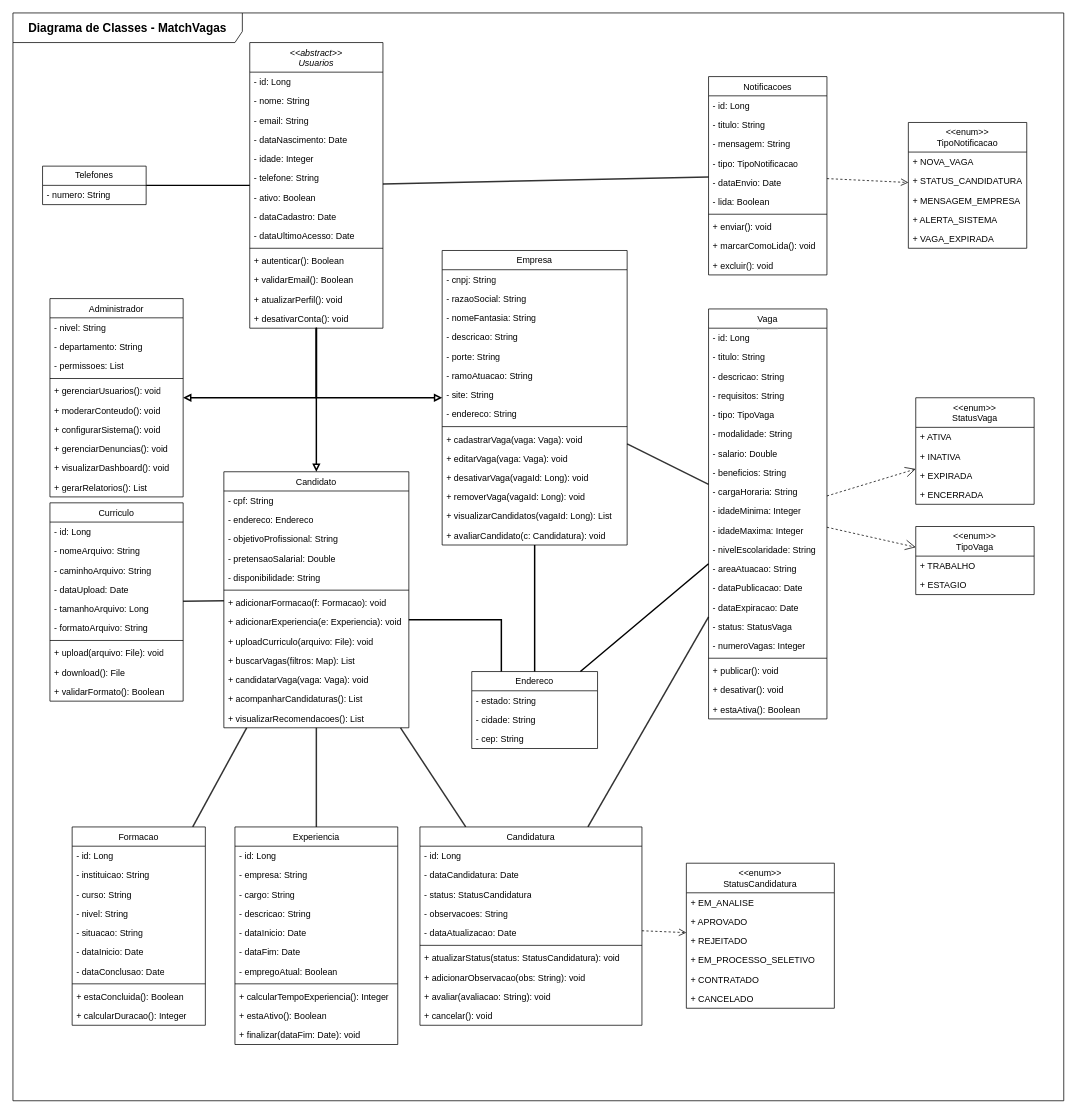
Before: Diagramas/Diagrama de Classes/Diagrama de Classe.dio in MatchVagas/Documentation, a draw.io diagram. Source tidied: cells renumbered, new cells numbered last; positions are measured from the earlier drawing's top-left corner, leaving out a move shared by most shapes. Both pictures are drawn from the tidied source at 74%, with x=0, y=0 at pixel (13, 13).
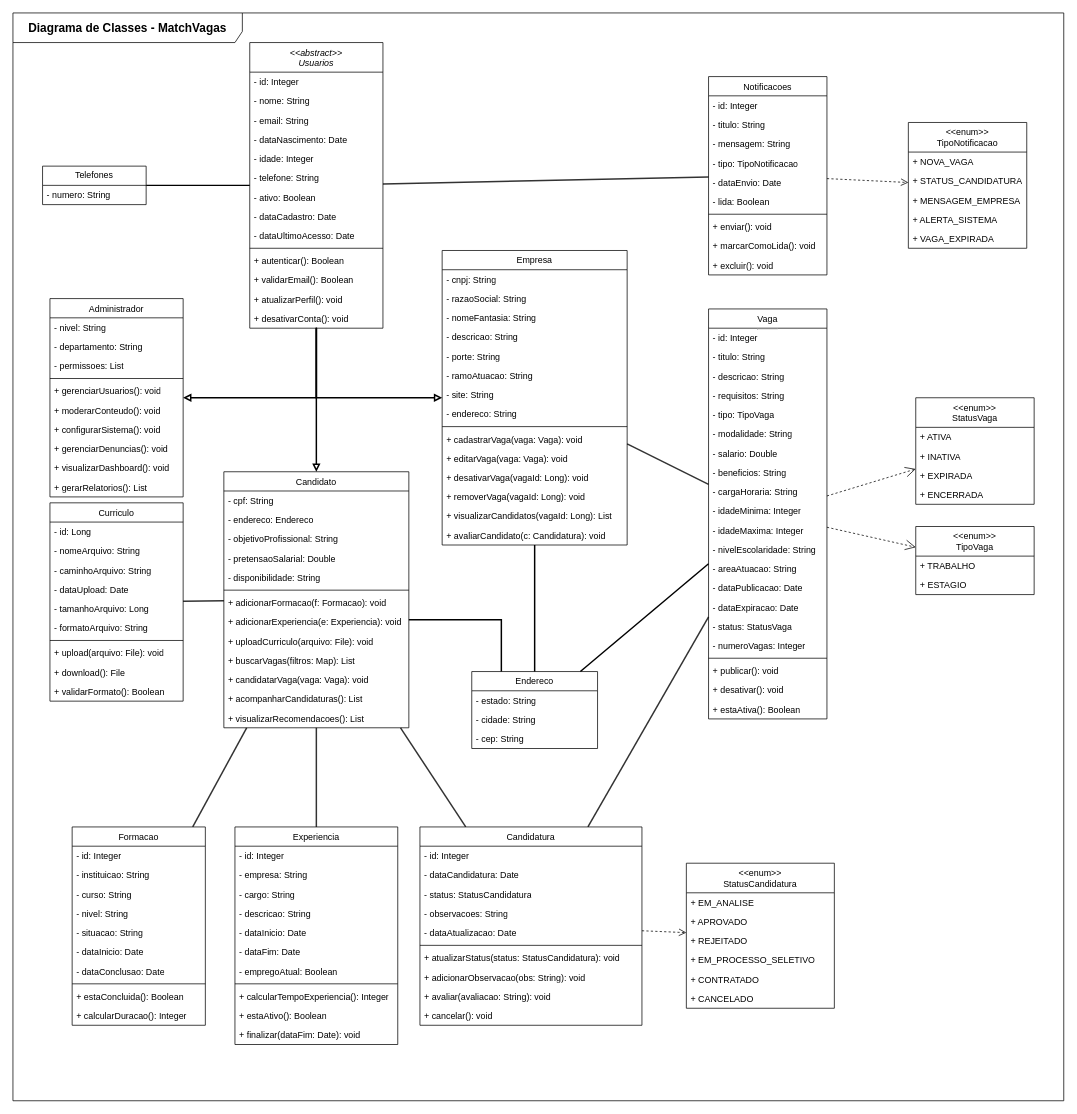
The same diagram, later.

Commit message (it also covers changes not shown here):
Atualização do diagrama de classes

Unchanged cells that the change refers to:
```xml
<mxCell id="12" value="&lt;span style=&quot;text-align: left;&quot;&gt;&lt;font style=&quot;color: rgb(0, 0, 0);&quot;&gt;Vaga&lt;/font&gt;&lt;/span&gt;&lt;hr style=&quot;text-align: left;&quot;&gt;&lt;br&gt;&lt;span style=&quot;text-align: left;&quot;&gt;&lt;/span&gt;" style="swimlane;fontStyle=0;align=center;verticalAlign=top;horizontal=1;startSize=26;whiteSpace=wrap;html=1;" parent="1" vertex="1">
  <mxGeometry x="940" y="400" width="160" height="554" as="geometry" />
</mxCell>
<mxCell id="44" value="&lt;span style=&quot;text-align: left;&quot;&gt;&lt;font style=&quot;color: rgb(0, 0, 0);&quot;&gt;Candidatura&lt;/font&gt;&lt;/span&gt;&lt;br&gt;&lt;span style=&quot;text-align: left;&quot;&gt;&lt;/span&gt;" style="swimlane;fontStyle=0;align=center;verticalAlign=top;horizontal=1;startSize=26;whiteSpace=wrap;html=1;" parent="1" vertex="1">
  <mxGeometry x="550" y="1100" width="300" height="268" as="geometry" />
</mxCell>
<mxCell id="62" value="&lt;span style=&quot;text-align: left;&quot;&gt;&lt;font style=&quot;color: rgb(0, 0, 0);&quot;&gt;Experiencia&lt;/font&gt;&lt;/span&gt;&lt;br&gt;&lt;span style=&quot;text-align: left;&quot;&gt;&lt;/span&gt;&lt;span style=&quot;text-align: left;&quot;&gt;&lt;/span&gt;" style="swimlane;fontStyle=0;align=center;verticalAlign=top;horizontal=1;startSize=26;whiteSpace=wrap;html=1;" parent="1" vertex="1">
  <mxGeometry x="300" y="1100" width="220" height="294" as="geometry" />
</mxCell>
<mxCell id="74" value="&lt;span style=&quot;text-align: left;&quot;&gt;&lt;font style=&quot;color: rgb(0, 0, 0);&quot;&gt;Formacao&lt;/font&gt;&lt;/span&gt;&lt;br&gt;&lt;span style=&quot;text-align: left;&quot;&gt;&lt;/span&gt;&lt;span style=&quot;text-align: left;&quot;&gt;&lt;/span&gt;&lt;span style=&quot;text-align: left;&quot;&gt;&lt;/span&gt;" style="swimlane;fontStyle=0;align=center;verticalAlign=top;horizontal=1;startSize=26;whiteSpace=wrap;html=1;" parent="1" vertex="1">
  <mxGeometry x="80" y="1100" width="180" height="268" as="geometry" />
</mxCell>
<mxCell id="121" value="&lt;span style=&quot;text-align: left; font-weight: normal;&quot;&gt;&lt;i style=&quot;&quot;&gt;&amp;lt;&amp;lt;abstract&amp;gt;&amp;gt;&lt;/i&gt;&lt;/span&gt;&lt;div&gt;&lt;span style=&quot;text-align: left; font-weight: normal;&quot;&gt;&lt;i style=&quot;&quot;&gt;Usuarios&lt;/i&gt;&lt;/span&gt;&lt;/div&gt;" style="swimlane;fontStyle=1;align=center;verticalAlign=top;horizontal=1;startSize=40;whiteSpace=wrap;html=1;" parent="1" vertex="1">
  <mxGeometry x="320" y="40" width="180" height="386" as="geometry" />
</mxCell>
<mxCell id="152" value="&lt;span style=&quot;text-align: left; font-weight: normal;&quot;&gt;&lt;font style=&quot;color: rgb(0, 0, 0);&quot;&gt;Notificacoes&lt;/font&gt;&lt;/span&gt;&lt;span style=&quot;font-weight: 400; text-align: left;&quot;&gt;&lt;/span&gt;" style="swimlane;fontStyle=1;align=center;verticalAlign=top;horizontal=1;startSize=26;whiteSpace=wrap;html=1;" parent="1" vertex="1">
  <mxGeometry x="940" y="86" width="160" height="268" as="geometry" />
</mxCell>
```

The edit, as a diff of the source:
```diff
@@
-    <mxCell id="13" value="- id: Long" style="text;strokeColor=none;fillColor=none;align=left;verticalAlign=top;spacingLeft=4;spacingRight=4;overflow=hidden;whiteSpace=wrap;html=1;" parent="12" vertex="1">
-      <mxGeometry y="26" width="160" height="26" as="geometry" />
-    </mxCell>
+    <mxCell id="182" value="- id: Integer" style="text;strokeColor=none;fillColor=none;align=left;verticalAlign=top;spacingLeft=4;spacingRight=4;overflow=hidden;whiteSpace=wrap;html=1;" parent="12" vertex="1">
+      <mxGeometry y="26" width="160" height="26" as="geometry" />
+    </mxCell>
@@
-    <mxCell id="45" value="- id: Long" style="text;strokeColor=none;fillColor=none;align=left;verticalAlign=top;spacingLeft=4;spacingRight=4;overflow=hidden;whiteSpace=wrap;html=1;" parent="44" vertex="1">
-      <mxGeometry y="26" width="300" height="26" as="geometry" />
-    </mxCell>
+    <mxCell id="183" value="- id: Integer" style="text;strokeColor=none;fillColor=none;align=left;verticalAlign=top;spacingLeft=4;spacingRight=4;overflow=hidden;whiteSpace=wrap;html=1;" parent="44" vertex="1">
+      <mxGeometry y="26" width="300" height="26" as="geometry" />
+    </mxCell>
@@
-    <mxCell id="63" value="- id: Long" style="text;strokeColor=none;fillColor=none;align=left;verticalAlign=top;spacingLeft=4;spacingRight=4;overflow=hidden;whiteSpace=wrap;html=1;" parent="62" vertex="1">
-      <mxGeometry y="26" width="220" height="26" as="geometry" />
-    </mxCell>
+    <mxCell id="184" value="- id: Integer" style="text;strokeColor=none;fillColor=none;align=left;verticalAlign=top;spacingLeft=4;spacingRight=4;overflow=hidden;whiteSpace=wrap;html=1;" parent="62" vertex="1">
+      <mxGeometry y="26" width="220" height="26" as="geometry" />
+    </mxCell>
@@
-    <mxCell id="75" value="- id: Long" style="text;strokeColor=none;fillColor=none;align=left;verticalAlign=top;spacingLeft=4;spacingRight=4;overflow=hidden;whiteSpace=wrap;html=1;" parent="74" vertex="1">
-      <mxGeometry y="26" width="180" height="26" as="geometry" />
-    </mxCell>
+    <mxCell id="185" value="- id: Integer" style="text;strokeColor=none;fillColor=none;align=left;verticalAlign=top;spacingLeft=4;spacingRight=4;overflow=hidden;whiteSpace=wrap;html=1;" parent="74" vertex="1">
+      <mxGeometry y="26" width="180" height="26" as="geometry" />
+    </mxCell>
@@
-    <mxCell id="122" value="- id: Long" style="text;strokeColor=none;fillColor=none;align=left;verticalAlign=top;spacingLeft=4;spacingRight=4;overflow=hidden;whiteSpace=wrap;html=1;" parent="121" vertex="1">
+    <mxCell id="122" value="- id: Integer" style="text;strokeColor=none;fillColor=none;align=left;verticalAlign=top;spacingLeft=4;spacingRight=4;overflow=hidden;whiteSpace=wrap;html=1;" parent="121" vertex="1">
       <mxGeometry y="40" width="180" height="26" as="geometry" />
     </mxCell>
@@
-    <mxCell id="153" value="- id: Long" style="text;strokeColor=none;fillColor=none;align=left;verticalAlign=top;spacingLeft=4;spacingRight=4;overflow=hidden;whiteSpace=wrap;html=1;" parent="152" vertex="1">
-      <mxGeometry y="26" width="160" height="26" as="geometry" />
-    </mxCell>
+    <mxCell id="186" value="- id: Integer" style="text;strokeColor=none;fillColor=none;align=left;verticalAlign=top;spacingLeft=4;spacingRight=4;overflow=hidden;whiteSpace=wrap;html=1;" parent="152" vertex="1">
+      <mxGeometry y="26" width="160" height="26" as="geometry" />
+    </mxCell>
```
